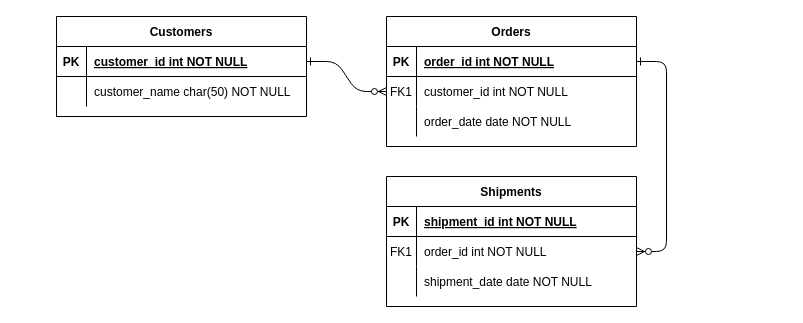
The draw.io diagram Diagramas/Untitled Diagram.drawio in nilsondurval/Draw.IO, before the edit. Source tidied: cells renumbered, new cells numbered last; positions are measured from the earlier drawing's top-left corner, leaving out a move shared by most shapes. Both pictures are drawn from the tidied source at 100%, with x=0, y=0 at pixel (56, 16).
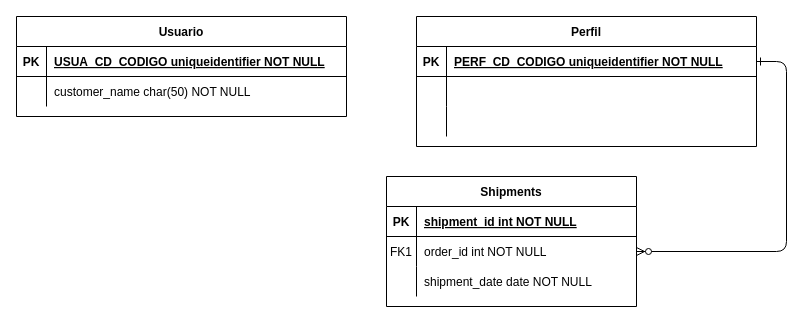
The same page after the edit.

What changed in the source:
```diff
@@
-    <mxCell id="2" style="edgeStyle=entityRelationEdgeStyle;endArrow=ERzeroToMany;startArrow=ERone;endFill=1;startFill=0;" parent="1" edge="1" source="25" target="8">
-      <mxGeometry relative="1" as="geometry" />
-    </mxCell>
@@
-    <mxCell id="4" value="Orders" style="shape=table;startSize=30;childLayout=tableLayout;rowLines=0;fontStyle=1;align=center;" parent="1" vertex="1">
-      <mxGeometry x="330" width="250" height="130" as="geometry" />
+    <mxCell id="4" value="Perfil" style="shape=table;startSize=30;childLayout=tableLayout;rowLines=0;fontStyle=1;align=center;" parent="1" vertex="1">
+      <mxGeometry x="360" width="340" height="130" as="geometry" />
     </mxCell>
     <mxCell id="5" style="shape=partialRectangle;fillColor=none;points=[[0,0.5],[1,0.5]];portConstraint=eastwest;top=0;left=0;right=0;bottom=1;" parent="4" vertex="1">
-      <mxGeometry y="30" width="250" height="30" as="geometry" />
+      <mxGeometry y="30" width="340" height="30" as="geometry" />
     </mxCell>
@@
-    <mxCell id="7" value="order_id int NOT NULL " style="shape=partialRectangle;overflow=hidden;fillColor=none;top=0;left=0;bottom=0;right=0;align=left;spacingLeft=6;fontStyle=5;" parent="5" vertex="1">
-      <mxGeometry x="30" width="220" height="30" as="geometry" />
+    <mxCell id="7" value="PERF_CD_CODIGO uniqueidentifier NOT NULL " style="shape=partialRectangle;overflow=hidden;fillColor=none;top=0;left=0;bottom=0;right=0;align=left;spacingLeft=6;fontStyle=5;" parent="5" vertex="1">
+      <mxGeometry x="30" width="310" height="30" as="geometry" />
     </mxCell>
     <mxCell id="8" style="shape=partialRectangle;fillColor=none;points=[[0,0.5],[1,0.5]];portConstraint=eastwest;top=0;left=0;right=0;bottom=0;" parent="4" vertex="1">
-      <mxGeometry y="60" width="250" height="30" as="geometry" />
+      <mxGeometry y="60" width="340" height="30" as="geometry" />
     </mxCell>
-    <mxCell id="9" value="FK1" style="shape=partialRectangle;overflow=hidden;fillColor=none;top=0;left=0;bottom=0;right=0;" parent="8" vertex="1">
+    <mxCell id="9" style="shape=partialRectangle;overflow=hidden;fillColor=none;top=0;left=0;bottom=0;right=0;" parent="8" vertex="1">
       <mxGeometry width="30" height="30" as="geometry" />
     </mxCell>
-    <mxCell id="10" value="customer_id int NOT NULL" style="shape=partialRectangle;overflow=hidden;fillColor=none;top=0;left=0;bottom=0;right=0;align=left;spacingLeft=6;" parent="8" vertex="1">
-      <mxGeometry x="30" width="220" height="30" as="geometry" />
+    <mxCell id="10" style="shape=partialRectangle;overflow=hidden;fillColor=none;top=0;left=0;bottom=0;right=0;align=left;spacingLeft=6;" parent="8" vertex="1">
+      <mxGeometry x="30" width="310" height="30" as="geometry" />
     </mxCell>
     <mxCell id="11" style="shape=partialRectangle;fillColor=none;top=0;left=0;right=0;bottom=0;" parent="4" vertex="1">
-      <mxGeometry y="90" width="250" height="30" as="geometry" />
+      <mxGeometry y="90" width="340" height="30" as="geometry" />
     </mxCell>
@@
-    <mxCell id="13" value="order_date date NOT NULL" style="shape=partialRectangle;overflow=hidden;fillColor=none;top=0;left=0;bottom=0;right=0;align=left;spacingLeft=6;" parent="11" vertex="1">
-      <mxGeometry x="30" width="220" height="30" as="geometry" />
+    <mxCell id="13" style="shape=partialRectangle;overflow=hidden;fillColor=none;top=0;left=0;bottom=0;right=0;align=left;spacingLeft=6;" parent="11" vertex="1">
+      <mxGeometry x="30" width="310" height="30" as="geometry" />
     </mxCell>
@@
-    <mxCell id="24" value="Customers" style="shape=table;startSize=30;childLayout=tableLayout;rowLines=0;fontStyle=1;align=center;" parent="1" vertex="1">
-      <mxGeometry width="250" height="100" as="geometry" />
+    <mxCell id="24" value="Usuario" style="shape=table;startSize=30;childLayout=tableLayout;rowLines=0;fontStyle=1;align=center;" parent="1" vertex="1">
+      <mxGeometry x="-40" width="330" height="100" as="geometry" />
     </mxCell>
     <mxCell id="25" style="shape=partialRectangle;fillColor=none;points=[[0,0.5],[1,0.5]];portConstraint=eastwest;top=0;left=0;right=0;bottom=1;" parent="24" vertex="1">
-      <mxGeometry y="30" width="250" height="30" as="geometry" />
+      <mxGeometry y="30" width="330" height="30" as="geometry" />
     </mxCell>
@@
-    <mxCell id="27" value="customer_id int NOT NULL " style="shape=partialRectangle;overflow=hidden;fillColor=none;top=0;left=0;bottom=0;right=0;align=left;spacingLeft=6;fontStyle=5;" parent="25" vertex="1">
-      <mxGeometry x="30" width="220" height="30" as="geometry" />
+    <mxCell id="27" value="USUA_CD_CODIGO uniqueidentifier NOT NULL " style="shape=partialRectangle;overflow=hidden;fillColor=none;top=0;left=0;bottom=0;right=0;align=left;spacingLeft=6;fontStyle=5;" parent="25" vertex="1">
+      <mxGeometry x="30" width="300" height="30" as="geometry" />
     </mxCell>
     <mxCell id="28" style="shape=partialRectangle;fillColor=none;top=0;left=0;right=0;bottom=0;" parent="24" vertex="1">
-      <mxGeometry y="60" width="250" height="30" as="geometry" />
+      <mxGeometry y="60" width="330" height="30" as="geometry" />
     </mxCell>
@@
     <mxCell id="30" value="customer_name char(50) NOT NULL" style="shape=partialRectangle;overflow=hidden;fillColor=none;top=0;left=0;bottom=0;right=0;align=left;spacingLeft=6;" parent="28" vertex="1">
-      <mxGeometry x="30" width="220" height="30" as="geometry" />
+      <mxGeometry x="30" width="300" height="30" as="geometry" />
     </mxCell>
```
